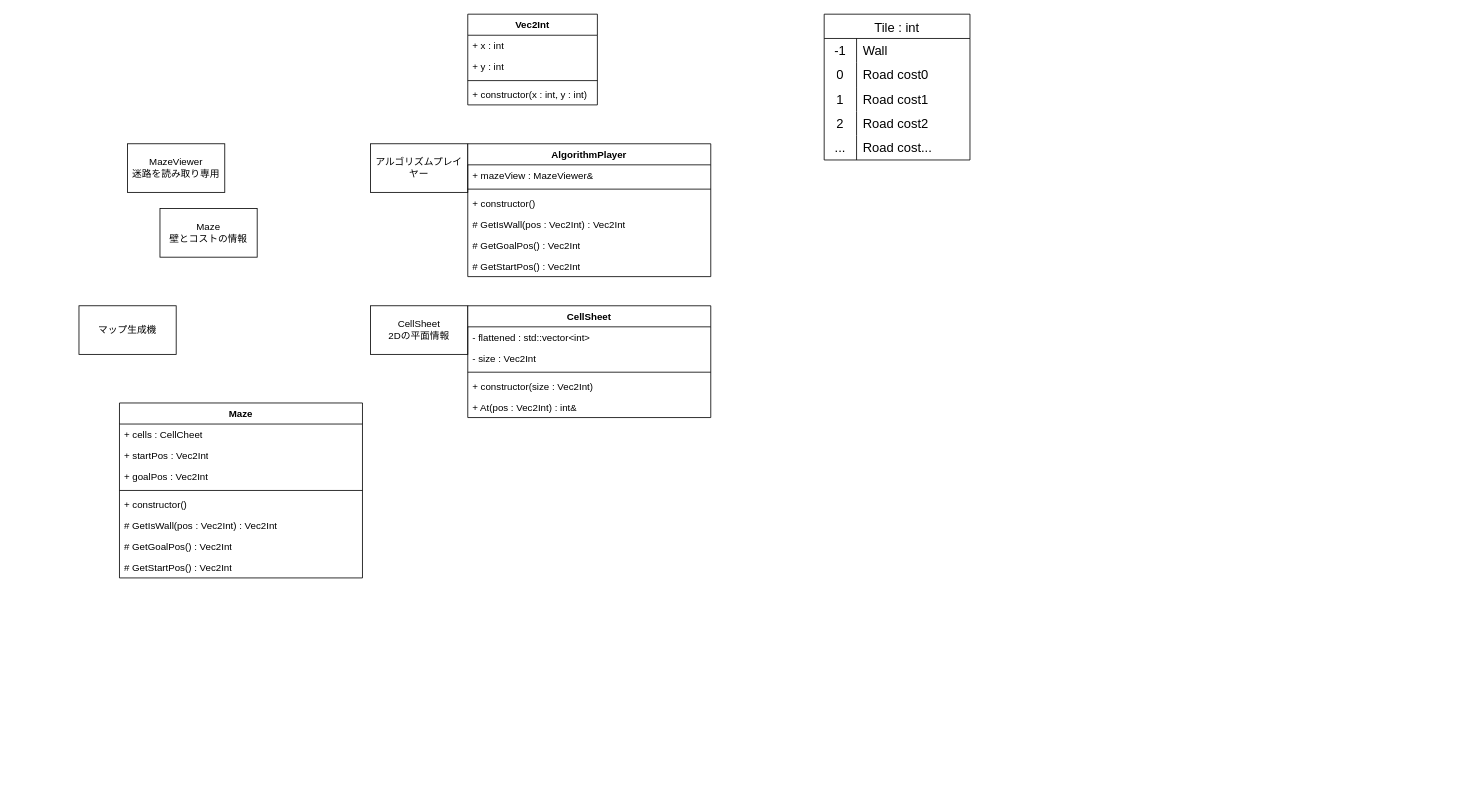
Above: doc/アルゴシミュ仕様設計.drawio in 3doriTea/ExploringAlgorithms (draw.io), before the change. Source tidied: cells renumbered, new cells numbered last; positions are measured from the earlier drawing's top-left corner, leaving out a move shared by most shapes. Both pictures are drawn from the tidied source at 81%, with x=0, y=0 at pixel (79, 14).
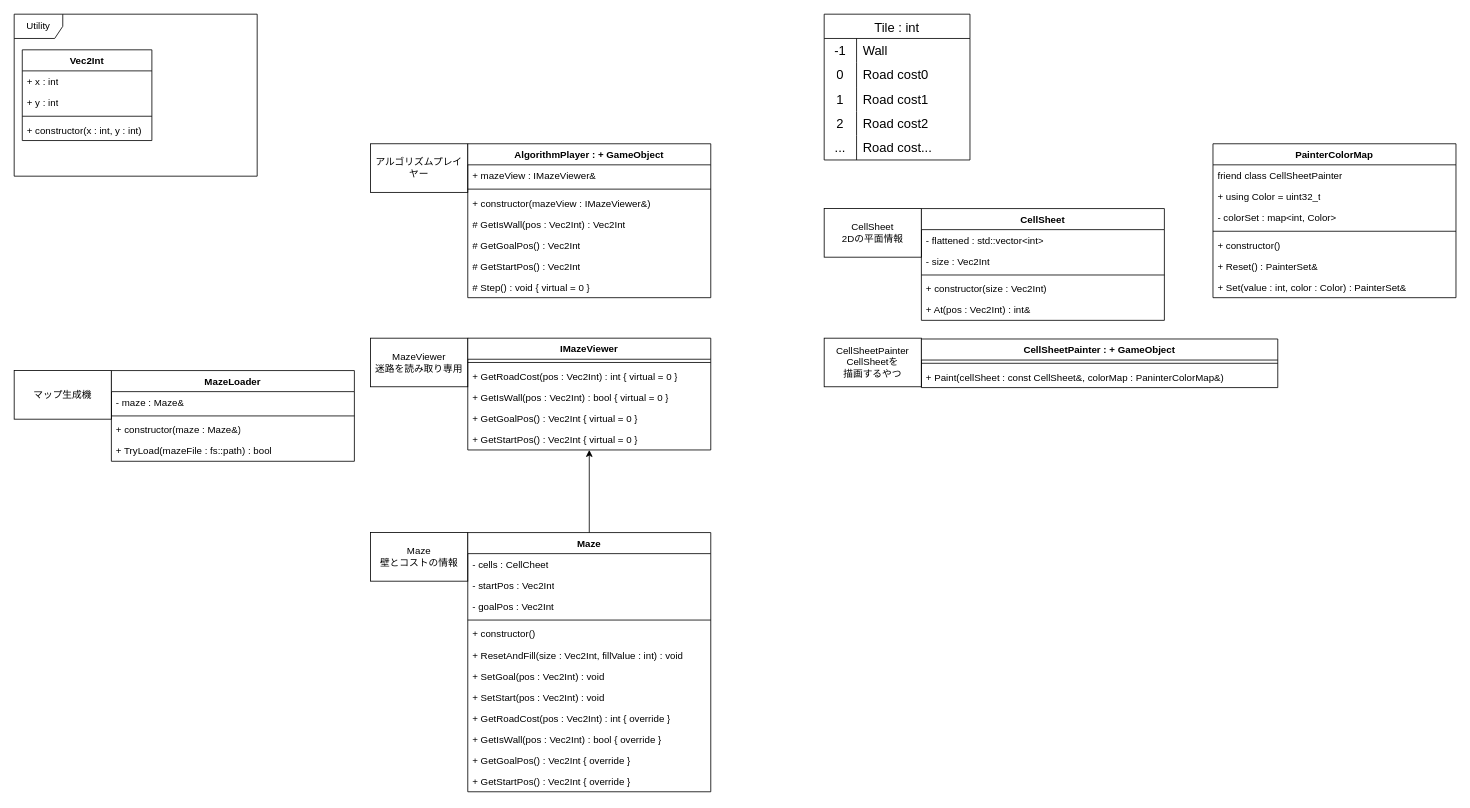
The same page after the edit.

Commit message (it also covers changes not shown here):
アルゴシミュ仕様設計.drawio を更新します

The edit, as a diff of the source:
```diff
@@
-    <mxCell id="3" value="AlgorithmPlayer" style="swimlane;fontStyle=1;align=center;verticalAlign=top;horizontal=1;startSize=26;whiteSpace=wrap;html=1;" parent="1" vertex="1">
-      <mxGeometry x="480" y="160" width="300" height="164" as="geometry" />
+    <mxCell id="3" value="AlgorithmPlayer : + GameObject" style="swimlane;fontStyle=1;align=center;verticalAlign=top;horizontal=1;startSize=26;whiteSpace=wrap;html=1;" parent="1" vertex="1">
+      <mxGeometry x="480" y="160" width="300" height="190" as="geometry" />
     </mxCell>
-    <mxCell id="4" value="+ mazeView : MazeViewer&amp;amp;" style="text;strokeColor=none;fillColor=none;align=left;verticalAlign=top;spacingLeft=4;spacingRight=4;overflow=hidden;whiteSpace=wrap;html=1;" parent="3" vertex="1">
+    <mxCell id="4" value="+ mazeView : IMazeViewer&amp;amp;" style="text;strokeColor=none;fillColor=none;align=left;verticalAlign=top;spacingLeft=4;spacingRight=4;overflow=hidden;whiteSpace=wrap;html=1;" parent="3" vertex="1">
       <mxGeometry y="26" width="300" height="26" as="geometry" />
     </mxCell>
@@
-    <mxCell id="6" value="+ constructor()" style="text;strokeColor=none;fillColor=none;align=left;verticalAlign=top;spacingLeft=4;spacingRight=4;overflow=hidden;whiteSpace=wrap;html=1;" parent="3" vertex="1">
+    <mxCell id="6" value="+ constructor(mazeView : IMazeViewer&amp;amp;)" style="text;strokeColor=none;fillColor=none;align=left;verticalAlign=top;spacingLeft=4;spacingRight=4;overflow=hidden;whiteSpace=wrap;html=1;" parent="3" vertex="1">
       <mxGeometry y="60" width="300" height="26" as="geometry" />
     </mxCell>
@@
+    <mxCell id="50" value="# Step() : void { virtual = 0 }" style="text;strokeColor=none;fillColor=none;align=left;verticalAlign=top;spacingLeft=4;spacingRight=4;overflow=hidden;whiteSpace=wrap;html=1;" parent="3" vertex="1">
+      <mxGeometry y="164" width="300" height="26" as="geometry" />
+    </mxCell>
     <mxCell id="10" value="Maze&lt;div&gt;壁とコストの情報&lt;/div&gt;" style="rounded=0;whiteSpace=wrap;html=1;" parent="1" vertex="1">
-      <mxGeometry x="100" y="240" width="120" height="60" as="geometry" />
+      <mxGeometry x="360" y="640" width="120" height="60" as="geometry" />
     </mxCell>
     <mxCell id="11" value="マップ生成機" style="rounded=0;whiteSpace=wrap;html=1;" parent="1" vertex="1">
-      <mxGeometry y="360" width="120" height="60" as="geometry" />
+      <mxGeometry x="-80" y="440" width="120" height="60" as="geometry" />
     </mxCell>
     <mxCell id="12" value="MazeViewer&lt;div&gt;迷路を読み取り専用&lt;/div&gt;" style="rounded=0;whiteSpace=wrap;html=1;" parent="1" vertex="1">
-      <mxGeometry x="60" y="160" width="120" height="60" as="geometry" />
+      <mxGeometry x="360" y="400" width="120" height="60" as="geometry" />
     </mxCell>
     <mxCell id="13" value="CellSheet&lt;div&gt;2Dの平面情報&lt;/div&gt;" style="rounded=0;whiteSpace=wrap;html=1;" parent="1" vertex="1">
-      <mxGeometry x="360" y="360" width="120" height="60" as="geometry" />
+      <mxGeometry x="920" y="240" width="120" height="60" as="geometry" />
     </mxCell>
     <mxCell id="14" value="CellSheet" style="swimlane;fontStyle=1;align=center;verticalAlign=top;horizontal=1;startSize=26;whiteSpace=wrap;html=1;" parent="1" vertex="1">
-      <mxGeometry x="480" y="360" width="300" height="138" as="geometry" />
+      <mxGeometry x="1040" y="240" width="300" height="138" as="geometry" />
     </mxCell>
@@
     <mxCell id="20" value="Vec2Int" style="swimlane;fontStyle=1;align=center;verticalAlign=top;horizontal=1;startSize=26;whiteSpace=wrap;html=1;" parent="1" vertex="1">
-      <mxGeometry x="480" width="160" height="112" as="geometry" />
+      <mxGeometry x="-70" y="44" width="160" height="112" as="geometry" />
     </mxCell>
@@
     <mxCell id="41" value="Maze" style="swimlane;fontStyle=1;align=center;verticalAlign=top;horizontal=1;startSize=26;whiteSpace=wrap;html=1;" parent="1" vertex="1">
-      <mxGeometry x="50" y="480" width="300" height="216" as="geometry" />
+      <mxGeometry x="480" y="640" width="300" height="320" as="geometry" />
     </mxCell>
-    <mxCell id="42" value="+ cells : CellCheet" style="text;strokeColor=none;fillColor=none;align=left;verticalAlign=top;spacingLeft=4;spacingRight=4;overflow=hidden;whiteSpace=wrap;html=1;" parent="41" vertex="1">
+    <mxCell id="42" value="- cells : CellCheet" style="text;strokeColor=none;fillColor=none;align=left;verticalAlign=top;spacingLeft=4;spacingRight=4;overflow=hidden;whiteSpace=wrap;html=1;" parent="41" vertex="1">
       <mxGeometry y="26" width="300" height="26" as="geometry" />
     </mxCell>
-    <mxCell id="43" value="+ startPos : Vec2Int" style="text;strokeColor=none;fillColor=none;align=left;verticalAlign=top;spacingLeft=4;spacingRight=4;overflow=hidden;whiteSpace=wrap;html=1;" parent="41" vertex="1">
+    <mxCell id="43" value="- startPos : Vec2Int" style="text;strokeColor=none;fillColor=none;align=left;verticalAlign=top;spacingLeft=4;spacingRight=4;overflow=hidden;whiteSpace=wrap;html=1;" parent="41" vertex="1">
       <mxGeometry y="52" width="300" height="26" as="geometry" />
     </mxCell>
-    <mxCell id="44" value="+ goalPos : Vec2Int" style="text;strokeColor=none;fillColor=none;align=left;verticalAlign=top;spacingLeft=4;spacingRight=4;overflow=hidden;whiteSpace=wrap;html=1;" parent="41" vertex="1">
+    <mxCell id="44" value="- goalPos : Vec2Int" style="text;strokeColor=none;fillColor=none;align=left;verticalAlign=top;spacingLeft=4;spacingRight=4;overflow=hidden;whiteSpace=wrap;html=1;" parent="41" vertex="1">
       <mxGeometry y="78" width="300" height="26" as="geometry" />
     </mxCell>
@@
+    <mxCell id="51" value="+ ResetAndFill(size : Vec2Int, fillValue : int) : void" style="text;strokeColor=none;fillColor=none;align=left;verticalAlign=top;spacingLeft=4;spacingRight=4;overflow=hidden;whiteSpace=wrap;html=1;" parent="41" vertex="1">
+      <mxGeometry y="138" width="300" height="26" as="geometry" />
+    </mxCell>
+    <mxCell id="52" value="+ SetGoal(pos : Vec2Int) : void" style="text;strokeColor=none;fillColor=none;align=left;verticalAlign=top;spacingLeft=4;spacingRight=4;overflow=hidden;whiteSpace=wrap;html=1;" parent="41" vertex="1">
+      <mxGeometry y="164" width="300" height="26" as="geometry" />
+    </mxCell>
+    <mxCell id="53" value="+ SetStart(pos : Vec2Int) : void" style="text;strokeColor=none;fillColor=none;align=left;verticalAlign=top;spacingLeft=4;spacingRight=4;overflow=hidden;whiteSpace=wrap;html=1;" parent="41" vertex="1">
+      <mxGeometry y="190" width="300" height="26" as="geometry" />
+    </mxCell>
+    <mxCell id="54" value="+ GetRoadCost(pos : Vec2Int) : int { override }" style="text;strokeColor=none;fillColor=none;align=left;verticalAlign=top;spacingLeft=4;spacingRight=4;overflow=hidden;whiteSpace=wrap;html=1;" parent="41" vertex="1">
+      <mxGeometry y="216" width="300" height="26" as="geometry" />
+    </mxCell>
-    <mxCell id="47" value="# GetIsWall(pos : Vec2Int) : Vec2Int" style="text;strokeColor=none;fillColor=none;align=left;verticalAlign=top;spacingLeft=4;spacingRight=4;overflow=hidden;whiteSpace=wrap;html=1;" parent="41" vertex="1">
-      <mxGeometry y="138" width="300" height="26" as="geometry" />
+    <mxCell id="47" value="+ GetIsWall(pos : Vec2Int) : bool { override }" style="text;strokeColor=none;fillColor=none;align=left;verticalAlign=top;spacingLeft=4;spacingRight=4;overflow=hidden;whiteSpace=wrap;html=1;" parent="41" vertex="1">
+      <mxGeometry y="242" width="300" height="26" as="geometry" />
     </mxCell>
-    <mxCell id="48" value="# GetGoalPos() : Vec2Int" style="text;strokeColor=none;fillColor=none;align=left;verticalAlign=top;spacingLeft=4;spacingRight=4;overflow=hidden;whiteSpace=wrap;html=1;" parent="41" vertex="1">
-      <mxGeometry y="164" width="300" height="26" as="geometry" />
+    <mxCell id="48" value="+ GetGoalPos() : Vec2Int&amp;nbsp;{ override }" style="text;strokeColor=none;fillColor=none;align=left;verticalAlign=top;spacingLeft=4;spacingRight=4;overflow=hidden;whiteSpace=wrap;html=1;" parent="41" vertex="1">
+      <mxGeometry y="268" width="300" height="26" as="geometry" />
     </mxCell>
-    <mxCell id="49" value="# GetStartPos() : Vec2Int" style="text;strokeColor=none;fillColor=none;align=left;verticalAlign=top;spacingLeft=4;spacingRight=4;overflow=hidden;whiteSpace=wrap;html=1;" parent="41" vertex="1">
-      <mxGeometry y="190" width="300" height="26" as="geometry" />
+    <mxCell id="49" value="+ GetStartPos() : Vec2Int&amp;nbsp;{ override }" style="text;strokeColor=none;fillColor=none;align=left;verticalAlign=top;spacingLeft=4;spacingRight=4;overflow=hidden;whiteSpace=wrap;html=1;" parent="41" vertex="1">
+      <mxGeometry y="294" width="300" height="26" as="geometry" />
     </mxCell>
+    <mxCell id="55" value="MazeLoader" style="swimlane;fontStyle=1;align=center;verticalAlign=top;horizontal=1;startSize=26;whiteSpace=wrap;html=1;" parent="1" vertex="1">
+      <mxGeometry x="40" y="440" width="300" height="112" as="geometry" />
+    </mxCell>
+    <mxCell id="56" value="- maze : Maze&amp;amp;" style="text;strokeColor=none;fillColor=none;align=left;verticalAlign=top;spacingLeft=4;spacingRight=4;overflow=hidden;whiteSpace=wrap;html=1;" parent="55" vertex="1">
+      <mxGeometry y="26" width="300" height="26" as="geometry" />
+    </mxCell>
+    <mxCell id="57" style="line;strokeWidth=1;fillColor=none;align=left;verticalAlign=middle;spacingTop=-1;spacingLeft=3;spacingRight=3;labelPosition=right;strokeColor=inherit;" parent="55" vertex="1">
+      <mxGeometry y="52" width="300" height="8" as="geometry" />
+    </mxCell>
+    <mxCell id="58" value="+ constructor(maze : Maze&amp;amp;)" style="text;strokeColor=none;fillColor=none;align=left;verticalAlign=top;spacingLeft=4;spacingRight=4;overflow=hidden;whiteSpace=wrap;html=1;" parent="55" vertex="1">
+      <mxGeometry y="60" width="300" height="26" as="geometry" />
+    </mxCell>
+    <mxCell id="59" value="+ TryLoad(mazeFile : fs::path) : bool" style="text;strokeColor=none;fillColor=none;align=left;verticalAlign=top;spacingLeft=4;spacingRight=4;overflow=hidden;whiteSpace=wrap;html=1;" parent="55" vertex="1">
+      <mxGeometry y="86" width="300" height="26" as="geometry" />
+    </mxCell>
+    <mxCell id="60" value="IMazeViewer" style="swimlane;fontStyle=1;align=center;verticalAlign=top;horizontal=1;startSize=26;whiteSpace=wrap;html=1;" parent="1" vertex="1">
+      <mxGeometry x="480" y="400" width="300" height="138" as="geometry" />
+    </mxCell>
+    <mxCell id="61" style="line;strokeWidth=1;fillColor=none;align=left;verticalAlign=middle;spacingTop=-1;spacingLeft=3;spacingRight=3;labelPosition=right;strokeColor=inherit;" parent="60" vertex="1">
+      <mxGeometry y="26" width="300" height="8" as="geometry" />
+    </mxCell>
+    <mxCell id="62" value="+ GetRoadCost(pos : Vec2Int) : int&amp;nbsp;{ virtual = 0 }" style="text;strokeColor=none;fillColor=none;align=left;verticalAlign=top;spacingLeft=4;spacingRight=4;overflow=hidden;whiteSpace=wrap;html=1;" parent="60" vertex="1">
+      <mxGeometry y="34" width="300" height="26" as="geometry" />
+    </mxCell>
+    <mxCell id="63" value="+ GetIsWall(pos : Vec2Int) : bool&amp;nbsp;{ virtual = 0 }" style="text;strokeColor=none;fillColor=none;align=left;verticalAlign=top;spacingLeft=4;spacingRight=4;overflow=hidden;whiteSpace=wrap;html=1;" parent="60" vertex="1">
+      <mxGeometry y="60" width="300" height="26" as="geometry" />
+    </mxCell>
+    <mxCell id="64" value="+ GetGoalPos() : Vec2Int&amp;nbsp;{ virtual = 0 }" style="text;strokeColor=none;fillColor=none;align=left;verticalAlign=top;spacingLeft=4;spacingRight=4;overflow=hidden;whiteSpace=wrap;html=1;" parent="60" vertex="1">
+      <mxGeometry y="86" width="300" height="26" as="geometry" />
+    </mxCell>
+    <mxCell id="65" value="+ GetStartPos() : Vec2Int&amp;nbsp;{ virtual = 0 }" style="text;strokeColor=none;fillColor=none;align=left;verticalAlign=top;spacingLeft=4;spacingRight=4;overflow=hidden;whiteSpace=wrap;html=1;" parent="60" vertex="1">
+      <mxGeometry y="112" width="300" height="26" as="geometry" />
+    </mxCell>
+    <mxCell id="66" style="endArrow=classic;html=1;rounded=0;" parent="1" edge="1" source="41" target="60">
+      <mxGeometry relative="1" as="geometry" />
+    </mxCell>
+    <mxCell id="67" value="Utility" style="shape=umlFrame;whiteSpace=wrap;html=1;" parent="1" vertex="1">
+      <mxGeometry x="-80" width="300" height="200" as="geometry" />
+    </mxCell>
+    <mxCell id="68" value="&lt;div&gt;CellSheetPainter&lt;/div&gt;CellSheetを&lt;div&gt;描画するやつ&lt;/div&gt;" style="rounded=0;whiteSpace=wrap;html=1;" parent="1" vertex="1">
+      <mxGeometry x="920" y="400" width="120" height="60" as="geometry" />
+    </mxCell>
+    <mxCell id="69" value="CellSheetPainter : + GameObject" style="swimlane;fontStyle=1;align=center;verticalAlign=top;horizontal=1;startSize=26;whiteSpace=wrap;html=1;" parent="1" vertex="1">
+      <mxGeometry x="1040" y="401" width="440" height="60" as="geometry" />
+    </mxCell>
+    <mxCell id="70" style="line;strokeWidth=1;fillColor=none;align=left;verticalAlign=middle;spacingTop=-1;spacingLeft=3;spacingRight=3;labelPosition=right;strokeColor=inherit;" parent="69" vertex="1">
+      <mxGeometry y="26" width="440" height="8" as="geometry" />
+    </mxCell>
+    <mxCell id="71" value="+ Paint(cellSheet : const CellSheet&amp;amp;, colorMap : PaninterColorMap&amp;amp;)" style="text;strokeColor=none;fillColor=none;align=left;verticalAlign=top;spacingLeft=4;spacingRight=4;overflow=hidden;whiteSpace=wrap;html=1;" parent="69" vertex="1">
+      <mxGeometry y="34" width="440" height="26" as="geometry" />
+    </mxCell>
+    <mxCell id="72" value="PainterColorMap" style="swimlane;fontStyle=1;align=center;verticalAlign=top;horizontal=1;startSize=26;whiteSpace=wrap;html=1;" parent="1" vertex="1">
+      <mxGeometry x="1400" y="160" width="300" height="190" as="geometry" />
+    </mxCell>
+    <mxCell id="73" value="friend class CellSheetPainter" style="text;strokeColor=none;fillColor=none;align=left;verticalAlign=top;spacingLeft=4;spacingRight=4;overflow=hidden;whiteSpace=wrap;html=1;" parent="72" vertex="1">
+      <mxGeometry y="26" width="300" height="26" as="geometry" />
+    </mxCell>
+    <mxCell id="74" value="+ using Color = uint32_t" style="text;strokeColor=none;fillColor=none;align=left;verticalAlign=top;spacingLeft=4;spacingRight=4;overflow=hidden;whiteSpace=wrap;html=1;" parent="72" vertex="1">
+      <mxGeometry y="52" width="300" height="26" as="geometry" />
+    </mxCell>
+    <mxCell id="75" value="- colorSet : map&amp;lt;int, Color&amp;gt;" style="text;strokeColor=none;fillColor=none;align=left;verticalAlign=top;spacingLeft=4;spacingRight=4;overflow=hidden;whiteSpace=wrap;html=1;" parent="72" vertex="1">
+      <mxGeometry y="78" width="300" height="26" as="geometry" />
+    </mxCell>
+    <mxCell id="76" style="line;strokeWidth=1;fillColor=none;align=left;verticalAlign=middle;spacingTop=-1;spacingLeft=3;spacingRight=3;labelPosition=right;strokeColor=inherit;" parent="72" vertex="1">
+      <mxGeometry y="104" width="300" height="8" as="geometry" />
+    </mxCell>
+    <mxCell id="77" value="+ constructor()" style="text;strokeColor=none;fillColor=none;align=left;verticalAlign=top;spacingLeft=4;spacingRight=4;overflow=hidden;whiteSpace=wrap;html=1;" parent="72" vertex="1">
+      <mxGeometry y="112" width="300" height="26" as="geometry" />
+    </mxCell>
+    <mxCell id="78" value="+ Reset() : PainterSet&amp;amp;" style="text;strokeColor=none;fillColor=none;align=left;verticalAlign=top;spacingLeft=4;spacingRight=4;overflow=hidden;whiteSpace=wrap;html=1;" parent="72" vertex="1">
+      <mxGeometry y="138" width="300" height="26" as="geometry" />
+    </mxCell>
+    <mxCell id="79" value="+ Set(value : int, color : Color) : PainterSet&amp;amp;" style="text;strokeColor=none;fillColor=none;align=left;verticalAlign=top;spacingLeft=4;spacingRight=4;overflow=hidden;whiteSpace=wrap;html=1;" parent="72" vertex="1">
+      <mxGeometry y="164" width="300" height="26" as="geometry" />
+    </mxCell>
```
